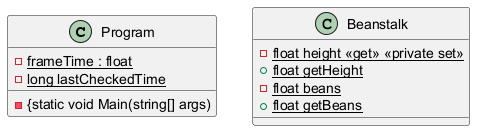
Before: PlantUML/Klassediagram 2.png, a diagram exported from PlantUML (Murkorus/ProjektOOA).
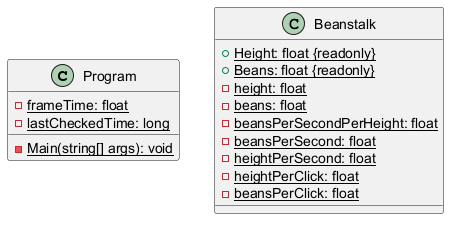
After the change.

The edit, as a diff of the source:
```diff
@@ -1,13 +1,19 @@
 @startuml
 
 class Program
-Program : - {static} frameTime : float
-Program : - {static} long lastCheckedTime
-Program : - {static void Main(string[] args)
+Program : - {static} frameTime: float
+Program : - {static} lastCheckedTime: long
+Program : - {static} Main(string[] args): void
 
 class Beanstalk
-Beanstalk : - {static} float height <<get>> <<private set>>
-Beanstalk : + {static} float getHeight
-Beanstalk : - {static} float beans
-Beanstalk : + {static} float getBeans
+Beanstalk : + {static} Height: float {readonly}
+Beanstalk : + {static} Beans: float {readonly}
+
+Beanstalk : - {static} height: float
+Beanstalk : - {static} beans: float
+Beanstalk : - {static} beansPerSecondPerHeight: float
+Beanstalk : - {static} beansPerSecond: float
+Beanstalk : - {static} heightPerSecond: float
+Beanstalk : - {static} heightPerClick: float
+Beanstalk : - {static} beansPerClick: float
 @enduml
```
